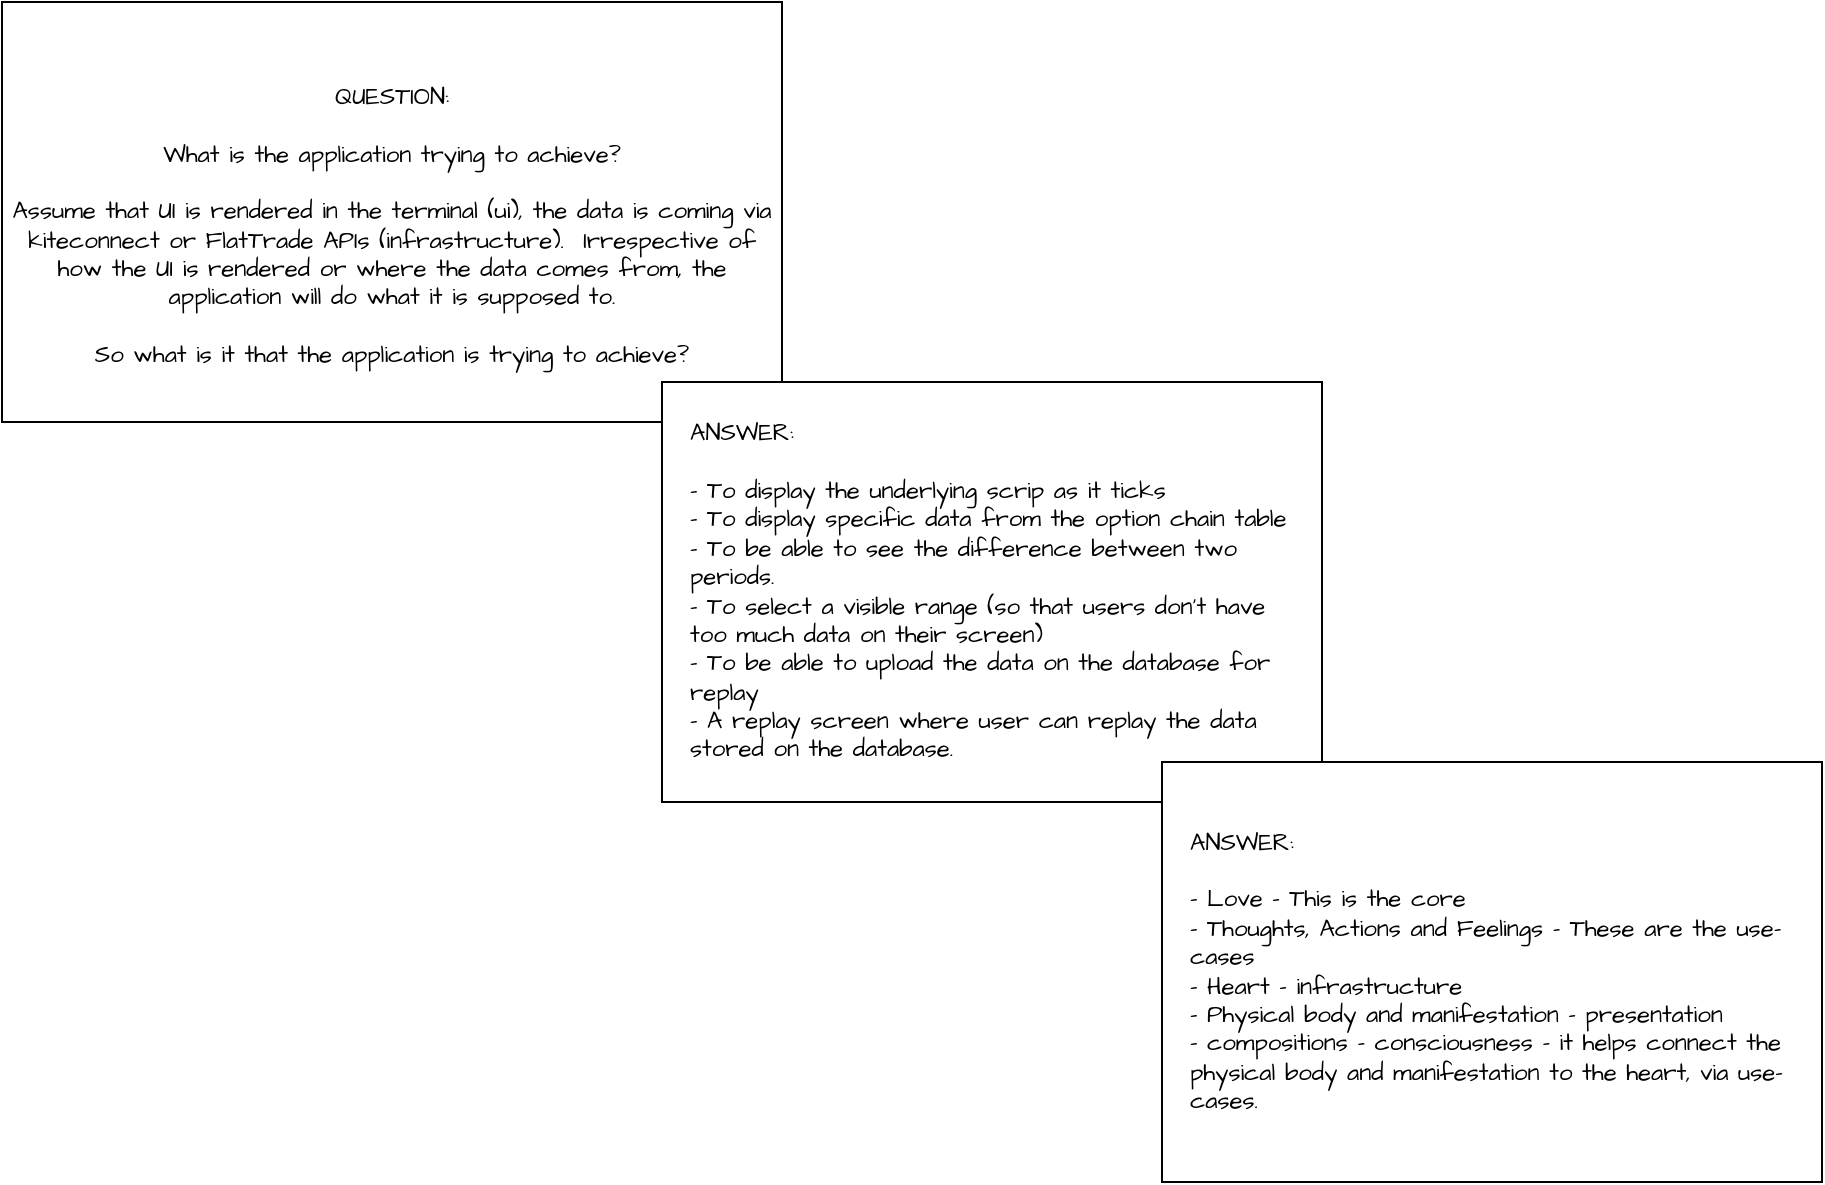
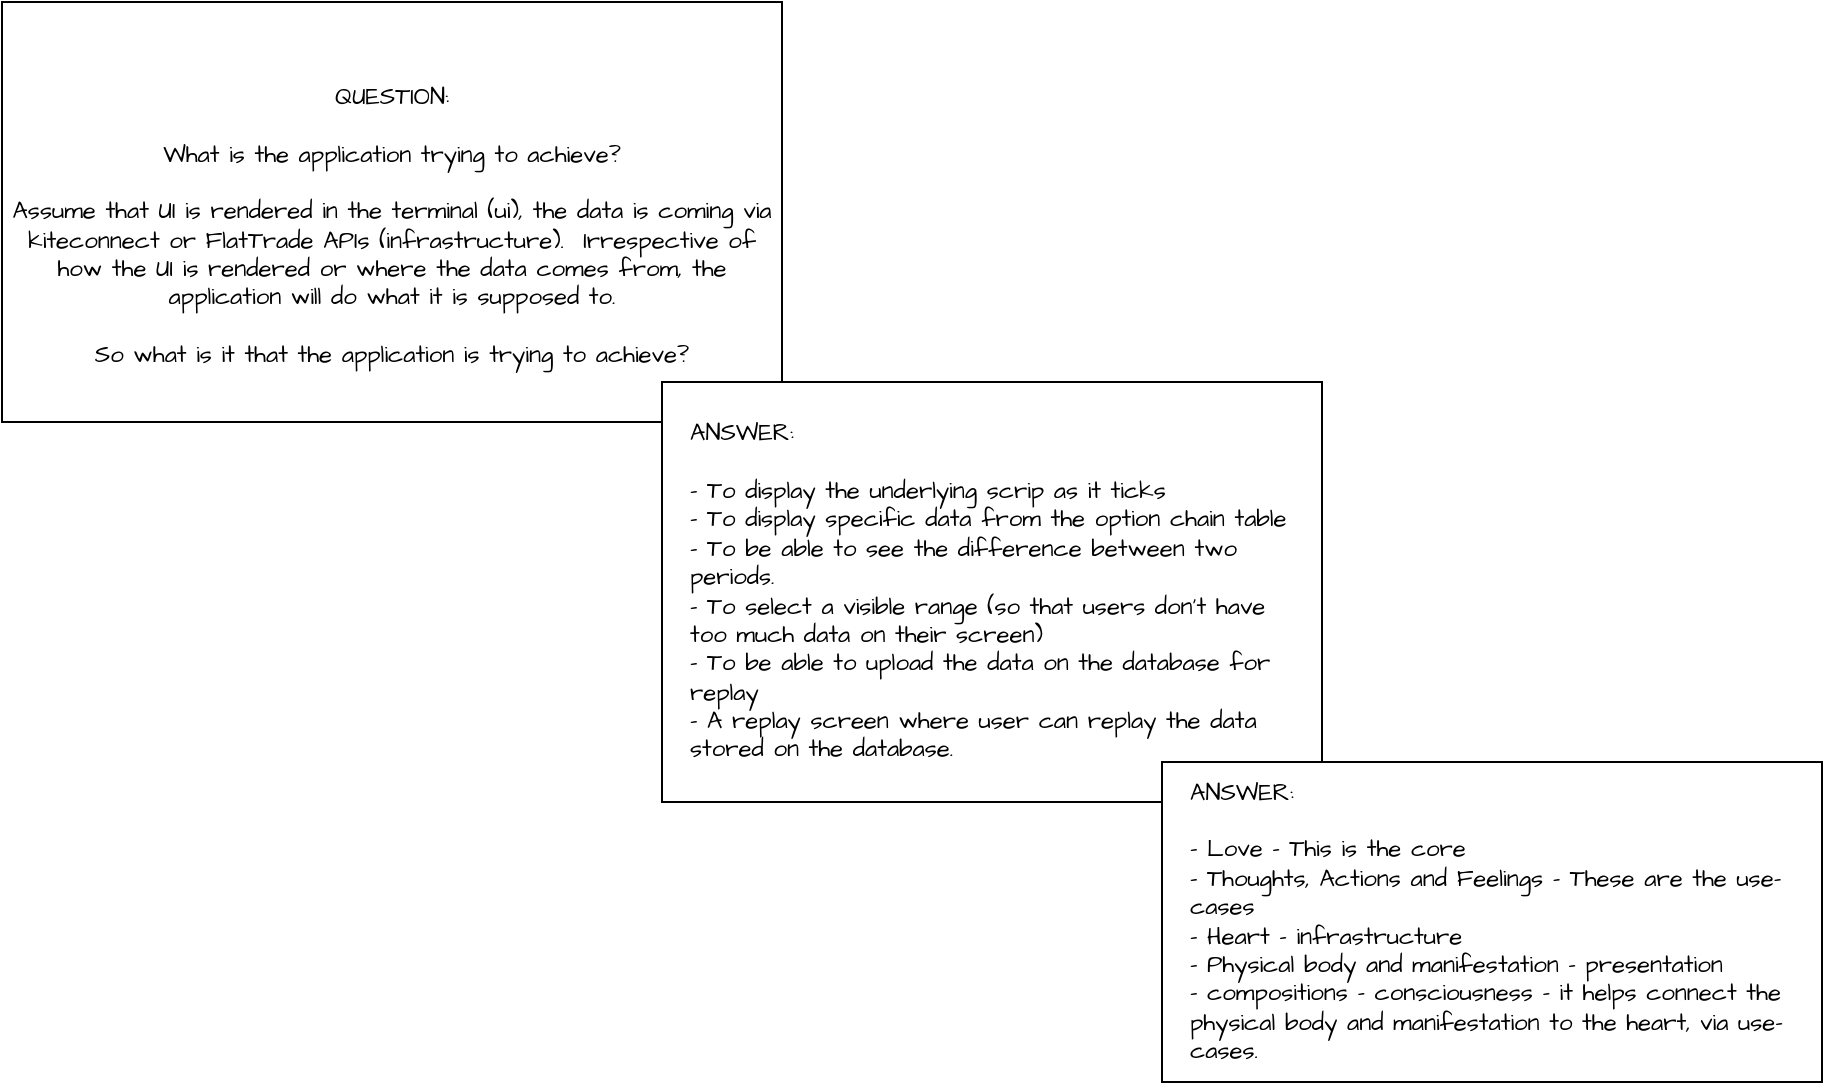
<mxfile host="app.diagrams.net">
  <diagram name="Page-1" id="DUEtG0Wcje9HvlHXMRfN">
    <mxGraphModel dx="1198" dy="443" grid="1" gridSize="10" guides="1" tooltips="1" connect="1" arrows="1" fold="1" page="0" pageScale="1" pageWidth="402" pageHeight="874" math="0" shadow="0">
      <root>
        <mxCell id="0" />
        <mxCell id="1" parent="0" />
        <mxCell id="XK4CYRICbNCdkGbWFszJ-6" parent="1" style="whiteSpace=wrap;html=1;hachureGap=4;fontFamily=Architects Daughter;fontSource=https%3A%2F%2Ffonts.googleapis.com%2Fcss%3Ffamily%3DArchitects%2BDaughter;fillColor=light-dark(#FFFFFF,#1A1A1A);" value="&lt;div&gt;&lt;br&gt;&lt;/div&gt;&lt;div&gt;QUESTION:&lt;br&gt;&lt;br&gt;&lt;/div&gt;&lt;div&gt;What is the application trying to achieve?&lt;br&gt;&lt;br&gt;&lt;/div&gt;Assume that UI is rendered in the terminal (ui), the data is coming via kiteconnect or FlatTrade APIs (infrastructure).&amp;nbsp; Irrespective of how the UI is rendered or where the data comes from, the application will do what it is supposed to.&lt;br&gt;&lt;br&gt;So what is it that the application is trying to achieve?" vertex="1">
          <mxGeometry height="210" width="390" x="-80" as="geometry" />
        </mxCell>
        <mxCell id="XK4CYRICbNCdkGbWFszJ-7" parent="1" style="whiteSpace=wrap;html=1;hachureGap=4;fontFamily=Architects Daughter;fontSource=https%3A%2F%2Ffonts.googleapis.com%2Fcss%3Ffamily%3DArchitects%2BDaughter;fillColor=light-dark(#FFFFFF,#333333);align=left;spacing=14;" value="&lt;div&gt;ANSWER:&lt;br&gt;&lt;br&gt;&lt;/div&gt;- To display the underlying scrip as it ticks&lt;br&gt;- To display specific data from the option chain table&lt;br&gt;- To be able to see the difference between two periods.&lt;br&gt;- To select a visible range (so that users don&#39;t have too much data on their screen)&lt;br&gt;- To be able to upload the data on the database for replay&lt;br&gt;- A replay screen where user can replay the data stored on the database." vertex="1">
          <mxGeometry height="210" width="330" x="250" y="190" as="geometry" />
        </mxCell>
        <mxCell id="5J4kaEMYKeDm40zFRqjC-1" parent="1" style="whiteSpace=wrap;html=1;hachureGap=4;fontFamily=Architects Daughter;fontSource=https://fonts.googleapis.com/css?family=Architects+Daughter;fillColor=light-dark(#FFFFFF,#333333);align=left;spacing=14;" value="&lt;div&gt;ANSWER:&lt;br&gt;&lt;br&gt;&lt;/div&gt;&lt;div&gt;- Love - This is the core&lt;/div&gt;&lt;div&gt;- Thoughts, Actions and Feelings - These are the use-cases&lt;/div&gt;&lt;div&gt;- Heart - infrastructure&lt;/div&gt;&lt;div&gt;- Physical body and manifestation - presentation&lt;/div&gt;&lt;div&gt;- compositions - consciousness - it helps connect the physical body and manifestation to the heart, via use-cases.&lt;/div&gt;" vertex="1">
-           <mxGeometry height="210" width="330" x="500" y="380" as="geometry" />
+           <mxGeometry height="160" width="330" x="500" y="380" as="geometry" />
        </mxCell>
      </root>
    </mxGraphModel>
  </diagram>
</mxfile>
